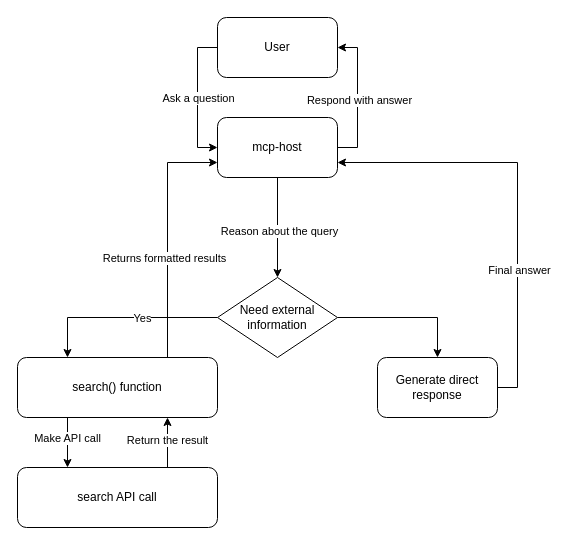
The draw.io diagram mcp-agent.drawio in morningkyle/githubfiles, before the edit. Source tidied: cells renumbered, new cells numbered last; positions are measured from the earlier drawing's top-left corner, leaving out a move shared by most shapes. Both pictures are drawn from the tidied source at 100%, with x=0, y=0 at pixel (17, 17).
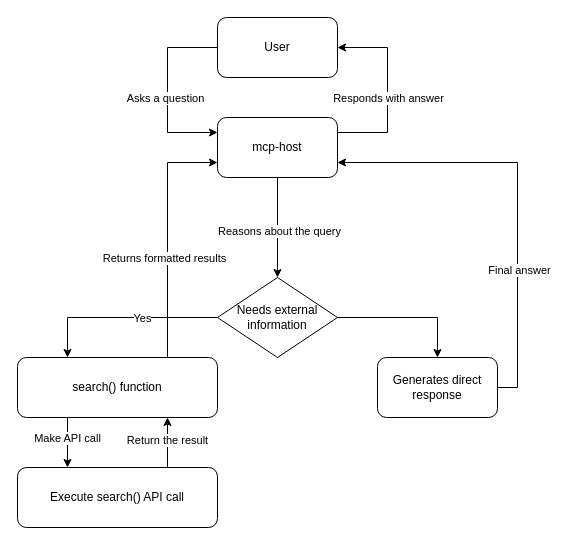
The same diagram, later.

Unchanged cells that the change refers to:
```xml
<mxCell id="4" value="User" style="rounded=1;whiteSpace=wrap;html=1;" parent="1" vertex="1">
  <mxGeometry x="200" width="120" height="60" as="geometry" />
</mxCell>
<mxCell id="7" style="edgeStyle=orthogonalEdgeStyle;rounded=0;jettySize=auto;html=1;exitX=0.5;exitY=1;exitDx=0;exitDy=0;entryX=0.5;entryY=0;entryDx=0;entryDy=0;" parent="1" edge="1" source="9" target="13">
  <mxGeometry relative="1" as="geometry" />
</mxCell>
<mxCell id="9" value="mcp-host" style="rounded=1;whiteSpace=wrap;html=1;" parent="1" vertex="1">
  <mxGeometry x="200" y="100" width="120" height="60" as="geometry" />
</mxCell>
```

Change to the diagram source:
```diff
@@
-    <mxCell id="2" style="edgeStyle=orthogonalEdgeStyle;rounded=0;jettySize=auto;html=1;exitX=0;exitY=0.5;exitDx=0;exitDy=0;entryX=0;entryY=0.5;entryDx=0;entryDy=0;" parent="1" edge="1" source="4" target="9">
-      <mxGeometry relative="1" as="geometry" />
+    <mxCell id="2" style="edgeStyle=orthogonalEdgeStyle;rounded=0;jettySize=auto;html=1;entryX=0;entryY=0.25;entryDx=0;entryDy=0;exitX=0;exitY=0.5;exitDx=0;exitDy=0;" parent="1" edge="1" source="4" target="9">
+      <mxGeometry relative="1" as="geometry">
+        <Array as="points">
+          <mxPoint x="150" y="30" />
+          <mxPoint x="150" y="115" />
+        </Array>
+      </mxGeometry>
     </mxCell>
-    <mxCell id="3" value="Ask a question" style="edgeLabel;html=1;align=center;verticalAlign=middle;" parent="2" vertex="1">
-      <mxGeometry relative="1" as="geometry" />
-    </mxCell>
+    <mxCell id="25" value="Asks a question" style="edgeLabel;html=1;align=center;verticalAlign=middle;" parent="2" vertex="1">
+      <mxGeometry x="-0.01" y="-3" relative="1" as="geometry">
+        <mxPoint y="8" as="offset" />
+      </mxGeometry>
+    </mxCell>
@@
-    <mxCell id="5" style="edgeStyle=orthogonalEdgeStyle;rounded=0;jettySize=auto;html=1;exitX=1;exitY=0.5;exitDx=0;exitDy=0;entryX=1;entryY=0.5;entryDx=0;entryDy=0;" parent="1" edge="1" source="9" target="4">
-      <mxGeometry relative="1" as="geometry" />
-    </mxCell>
-    <mxCell id="6" value="Respond with answer" style="edgeLabel;html=1;align=center;verticalAlign=middle;" parent="5" vertex="1">
-      <mxGeometry x="-0.03" y="-1" relative="1" as="geometry" />
-    </mxCell>
@@
-    <mxCell id="8" value="Reason about the query" style="edgeLabel;html=1;align=center;verticalAlign=middle;" parent="7" vertex="1">
+    <mxCell id="8" value="Reasons about the query" style="edgeLabel;html=1;align=center;verticalAlign=middle;" parent="7" vertex="1">
       <mxGeometry x="0.05" y="1" relative="1" as="geometry" />
     </mxCell>
+    <mxCell id="5" style="edgeStyle=orthogonalEdgeStyle;rounded=0;jettySize=auto;html=1;exitX=1;exitY=0.25;exitDx=0;exitDy=0;entryX=1;entryY=0.5;entryDx=0;entryDy=0;" parent="1" edge="1" source="9" target="4">
+      <mxGeometry relative="1" as="geometry">
+        <Array as="points">
+          <mxPoint x="370" y="115" />
+          <mxPoint x="370" y="30" />
+        </Array>
+      </mxGeometry>
+    </mxCell>
+    <mxCell id="26" value="Responds with answer" style="edgeLabel;html=1;align=center;verticalAlign=middle;" parent="5" vertex="1">
+      <mxGeometry x="0.03" y="2" relative="1" as="geometry">
+        <mxPoint x="2" y="10" as="offset" />
+      </mxGeometry>
+    </mxCell>
@@
-    <mxCell id="13" value="Need external information" style="rhombus;whiteSpace=wrap;html=1;" parent="1" vertex="1">
+    <mxCell id="13" value="Needs external information" style="rhombus;whiteSpace=wrap;html=1;" parent="1" vertex="1">
       <mxGeometry x="200" y="260" width="120" height="80" as="geometry" />
     </mxCell>
@@
-    <mxCell id="21" value="search API call" style="rounded=1;whiteSpace=wrap;html=1;" parent="1" vertex="1">
+    <mxCell id="21" value="Execute search() API call" style="rounded=1;whiteSpace=wrap;html=1;" parent="1" vertex="1">
       <mxGeometry y="450" width="200" height="60" as="geometry" />
     </mxCell>
@@
-    <mxCell id="24" value="Generate direct response" style="rounded=1;whiteSpace=wrap;html=1;" parent="1" vertex="1">
+    <mxCell id="24" value="Generates direct response" style="rounded=1;whiteSpace=wrap;html=1;" parent="1" vertex="1">
       <mxGeometry x="360" y="340" width="120" height="60" as="geometry" />
     </mxCell>
```
